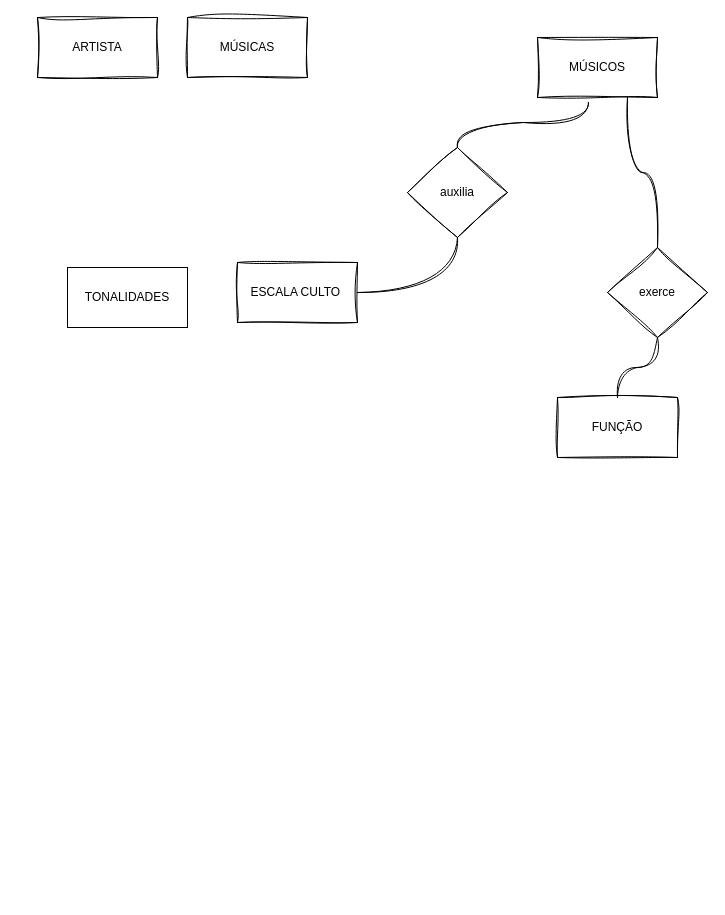
Earlier version of the draw.io diagram modelo_entidade_relacionamento.drawio (gabriel-txt/EscalaCanto). Source tidied: cells renumbered, new cells numbered last; positions are measured from the earlier drawing's top-left corner, leaving out a move shared by most shapes. Both pictures are drawn from the tidied source at 100%, with x=0, y=0 at pixel (37, 17).
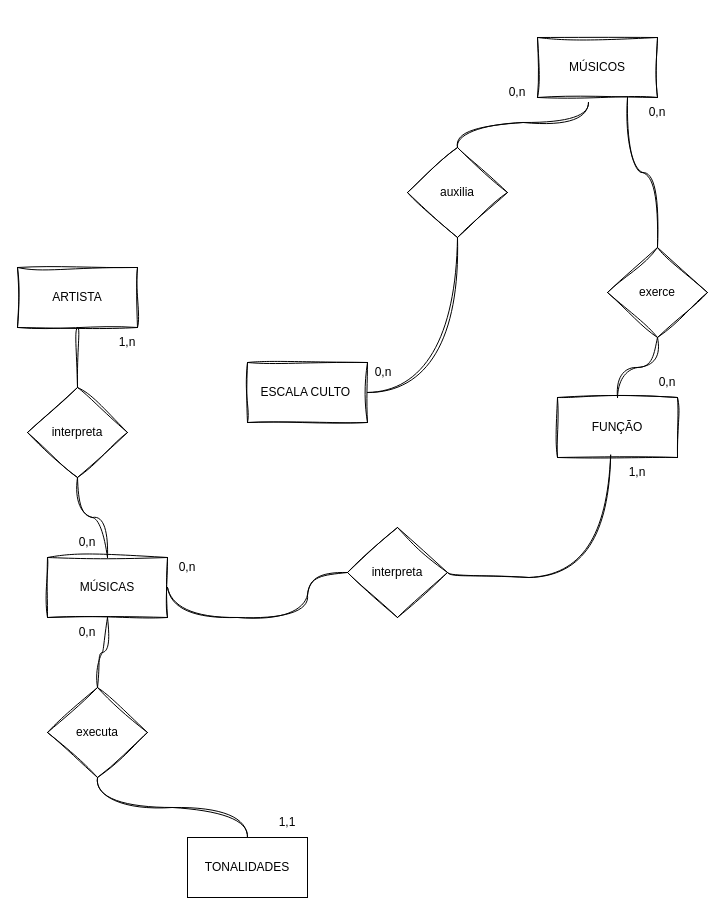
Above is the later version.

The change refers to these unchanged cells:
```xml
<mxCell id="7" value="FUNÇÃO" style="rounded=0;whiteSpace=wrap;html=1;sketch=1;curveFitting=1;jiggle=2;" parent="1" vertex="1">
  <mxGeometry x="520" y="380" width="120" height="60" as="geometry" />
</mxCell>
```

What changed in the source:
```diff
@@
     <mxCell id="2" value="MÚSICAS" style="rounded=0;whiteSpace=wrap;html=1;sketch=1;curveFitting=1;jiggle=2;" parent="1" vertex="1">
-      <mxGeometry x="150" width="120" height="60" as="geometry" />
+      <mxGeometry x="10" y="540" width="120" height="60" as="geometry" />
     </mxCell>
@@
-    <mxCell id="5" value="ESCALA CULTO&amp;nbsp;" style="rounded=0;whiteSpace=wrap;html=1;sketch=1;curveFitting=1;jiggle=2;" parent="1" vertex="1">
-      <mxGeometry x="200" y="245" width="120" height="60" as="geometry" />
-    </mxCell>
     <mxCell id="6" value="ARTISTA" style="rounded=0;whiteSpace=wrap;html=1;sketch=1;curveFitting=1;jiggle=2;" parent="1" vertex="1">
-      <mxGeometry width="120" height="60" as="geometry" />
+      <mxGeometry x="-20" y="250" width="120" height="60" as="geometry" />
     </mxCell>
@@
     <mxCell id="10" value="TONALIDADES" style="rounded=0;whiteSpace=wrap;html=1;" parent="1" vertex="1">
-      <mxGeometry x="30" y="250" width="120" height="60" as="geometry" />
+      <mxGeometry x="150" y="820" width="120" height="60" as="geometry" />
     </mxCell>
@@
+    <mxCell id="14" value="0,n" style="text;html=1;align=center;verticalAlign=middle;whiteSpace=wrap;rounded=0;" parent="1" vertex="1">
+      <mxGeometry x="450" y="60" width="60" height="30" as="geometry" />
+    </mxCell>
+    <mxCell id="15" value="0,n" style="text;html=1;align=center;verticalAlign=middle;whiteSpace=wrap;rounded=0;" parent="1" vertex="1">
+      <mxGeometry x="600" y="350" width="60" height="30" as="geometry" />
+    </mxCell>
+    <mxCell id="16" value="0,n" style="text;html=1;align=center;verticalAlign=middle;whiteSpace=wrap;rounded=0;" parent="1" vertex="1">
+      <mxGeometry x="590" y="80" width="60" height="30" as="geometry" />
+    </mxCell>
+    <mxCell id="17" value="executa" style="rhombus;whiteSpace=wrap;html=1;sketch=1;curveFitting=1;jiggle=2;" parent="1" vertex="1">
+      <mxGeometry x="10" y="670" width="100" height="90" as="geometry" />
+    </mxCell>
+    <mxCell id="18" style="edgeStyle=orthogonalEdgeStyle;rounded=0;jettySize=auto;html=1;exitX=0.5;exitY=1;exitDx=0;exitDy=0;sketch=1;curveFitting=1;jiggle=2;curved=1;endArrow=none;startFill=0;entryX=0.5;entryY=0;entryDx=0;entryDy=0;" parent="1" edge="1" source="17" target="10">
+      <mxGeometry relative="1" as="geometry" />
+    </mxCell>
+    <mxCell id="19" value="1,1" style="text;html=1;align=center;verticalAlign=middle;whiteSpace=wrap;rounded=0;" parent="1" vertex="1">
+      <mxGeometry x="220" y="790" width="60" height="30" as="geometry" />
+    </mxCell>
+    <mxCell id="20" value="interpreta" style="rhombus;whiteSpace=wrap;html=1;sketch=1;curveFitting=1;jiggle=2;" parent="1" vertex="1">
+      <mxGeometry x="-10" y="370" width="100" height="90" as="geometry" />
+    </mxCell>
+    <mxCell id="21" style="edgeStyle=orthogonalEdgeStyle;rounded=0;jettySize=auto;html=1;exitX=0.5;exitY=1;exitDx=0;exitDy=0;sketch=1;curveFitting=1;jiggle=2;curved=1;endArrow=none;startFill=0;entryX=0.5;entryY=0;entryDx=0;entryDy=0;" parent="1" edge="1" source="6" target="20">
+      <mxGeometry relative="1" as="geometry" />
+    </mxCell>
+    <mxCell id="22" style="group;" parent="1" vertex="1">
+      <mxGeometry x="210" y="340" width="166" height="65" as="geometry" />
+    </mxCell>
+    <mxCell id="5" value="ESCALA CULTO&amp;nbsp;" style="rounded=0;whiteSpace=wrap;html=1;sketch=1;curveFitting=1;jiggle=2;" parent="22" vertex="1">
+      <mxGeometry y="5" width="120" height="60" as="geometry" />
+    </mxCell>
+    <mxCell id="23" value="0,n" style="text;html=1;align=center;verticalAlign=middle;whiteSpace=wrap;rounded=0;" parent="22" vertex="1">
+      <mxGeometry x="106" width="60" height="30" as="geometry" />
+    </mxCell>
+    <mxCell id="24" value="1,n" style="text;html=1;align=center;verticalAlign=middle;whiteSpace=wrap;rounded=0;" parent="1" vertex="1">
+      <mxGeometry x="60" y="310" width="60" height="30" as="geometry" />
+    </mxCell>
+    <mxCell id="25" style="group;" parent="1" vertex="1">
+      <mxGeometry x="20" y="510" width="60" height="30" as="geometry" />
+    </mxCell>
+    <mxCell id="26" style="edgeStyle=orthogonalEdgeStyle;rounded=0;jettySize=auto;html=1;exitX=0.5;exitY=1;exitDx=0;exitDy=0;sketch=1;curveFitting=1;jiggle=2;curved=1;endArrow=none;startFill=0;entryX=0.5;entryY=0;entryDx=0;entryDy=0;" parent="25" edge="1" source="20" target="2">
+      <mxGeometry relative="1" as="geometry" />
+    </mxCell>
+    <mxCell id="27" value="0,n" style="text;html=1;align=center;verticalAlign=middle;whiteSpace=wrap;rounded=0;" parent="25" vertex="1">
+      <mxGeometry width="60" height="30" as="geometry" />
+    </mxCell>
+    <mxCell id="28" style="group;" parent="1" vertex="1">
+      <mxGeometry x="20" y="600" width="60" height="30" as="geometry" />
+    </mxCell>
+    <mxCell id="29" style="edgeStyle=orthogonalEdgeStyle;rounded=0;jettySize=auto;html=1;exitX=0.5;exitY=1;exitDx=0;exitDy=0;sketch=1;curveFitting=1;jiggle=2;curved=1;endArrow=none;startFill=0;entryX=0.5;entryY=0;entryDx=0;entryDy=0;" parent="28" edge="1" source="2" target="17">
+      <mxGeometry relative="1" as="geometry" />
+    </mxCell>
+    <mxCell id="30" value="0,n" style="text;html=1;align=center;verticalAlign=middle;whiteSpace=wrap;rounded=0;" parent="28" vertex="1">
+      <mxGeometry width="60" height="30" as="geometry" />
+    </mxCell>
+    <mxCell id="31" value="interpreta" style="rhombus;whiteSpace=wrap;html=1;sketch=1;curveFitting=1;jiggle=2;" parent="1" vertex="1">
+      <mxGeometry x="310" y="510" width="100" height="90" as="geometry" />
+    </mxCell>
+    <mxCell id="32" style="edgeStyle=orthogonalEdgeStyle;rounded=0;jettySize=auto;html=1;sketch=1;curveFitting=1;jiggle=2;curved=1;endArrow=none;startFill=0;entryX=1;entryY=0.5;entryDx=0;entryDy=0;exitX=0;exitY=0.5;exitDx=0;exitDy=0;" parent="1" edge="1" source="31" target="2">
+      <mxGeometry relative="1" as="geometry">
+        <Array as="points">
+          <mxPoint x="270" y="555" />
+          <mxPoint x="270" y="600" />
+          <mxPoint x="130" y="600" />
+        </Array>
+      </mxGeometry>
+    </mxCell>
+    <mxCell id="33" style="edgeStyle=orthogonalEdgeStyle;rounded=0;jettySize=auto;html=1;exitX=0.443;exitY=0.96;exitDx=0;exitDy=0;sketch=1;curveFitting=1;jiggle=2;curved=1;endArrow=none;startFill=0;entryX=1;entryY=0.5;entryDx=0;entryDy=0;exitPerimeter=0;" parent="1" edge="1" source="7" target="31">
+      <mxGeometry relative="1" as="geometry">
+        <Array as="points">
+          <mxPoint x="573" y="560" />
+          <mxPoint x="410" y="560" />
+        </Array>
+      </mxGeometry>
+    </mxCell>
+    <mxCell id="34" value="0,n" style="text;html=1;align=center;verticalAlign=middle;whiteSpace=wrap;rounded=0;" parent="1" vertex="1">
+      <mxGeometry x="120" y="535" width="60" height="30" as="geometry" />
+    </mxCell>
+    <mxCell id="35" value="1,n" style="text;html=1;align=center;verticalAlign=middle;whiteSpace=wrap;rounded=0;" parent="1" vertex="1">
+      <mxGeometry x="570" y="440" width="60" height="30" as="geometry" />
+    </mxCell>
```
